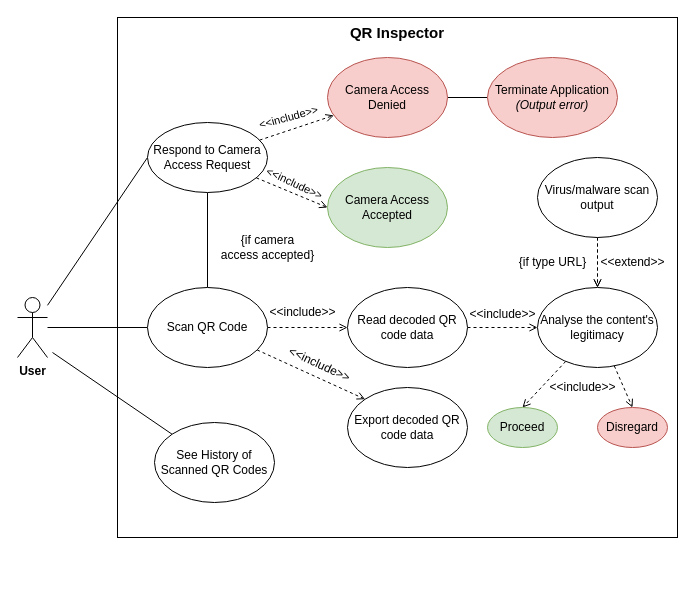
Before: diagrams/uml-usecase.drawio in jensenhill/jensenhill.github.io, a draw.io diagram. Source tidied: cells renumbered, new cells numbered last; positions are measured from the earlier drawing's top-left corner, leaving out a move shared by most shapes. Both pictures are drawn from the tidied source at 100%, with x=0, y=0 at pixel (17, 17).
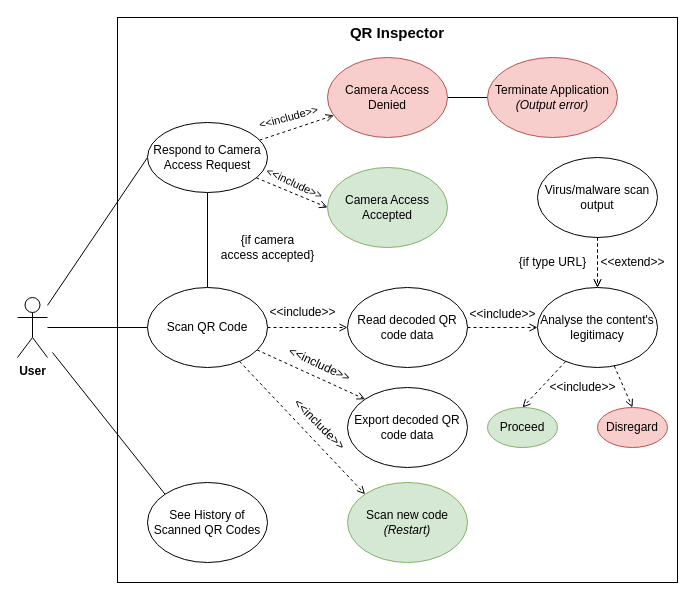
The same page after the edit.

The change refers to these unchanged cells:
```xml
<mxCell id="18" value="Scan QR Code" style="ellipse;whiteSpace=wrap;html=1;" parent="1" vertex="1">
  <mxGeometry x="130" y="270" width="120" height="80" as="geometry" />
</mxCell>
```

The edit, as a diff of the source:
```diff
@@
     <mxCell id="2" value="&lt;b style=&quot;font-size: 15px;&quot;&gt;QR Inspector&lt;br style=&quot;font-size: 15px;&quot;&gt;&lt;/b&gt;" style="rounded=0;whiteSpace=wrap;html=1;verticalAlign=top;fontSize=15;" parent="1" vertex="1">
-      <mxGeometry x="100" width="560" height="520" as="geometry" />
+      <mxGeometry x="100" width="560" height="565" as="geometry" />
     </mxCell>
@@
+    <mxCell id="39" style="rounded=0;jettySize=auto;html=1;entryX=0;entryY=0;entryDx=0;entryDy=0;dashed=1;endArrow=open;endFill=0;" parent="1" edge="1" source="18" target="40">
+      <mxGeometry relative="1" as="geometry" />
+    </mxCell>
@@
     <mxCell id="38" value="See History of Scanned QR Codes" style="ellipse;whiteSpace=wrap;html=1;" parent="1" vertex="1">
-      <mxGeometry x="137" y="405" width="120" height="80" as="geometry" />
+      <mxGeometry x="130" y="465" width="120" height="80" as="geometry" />
     </mxCell>
+    <mxCell id="40" value="Scan new code&lt;br&gt;&lt;i&gt;(Restart)&lt;/i&gt;" style="ellipse;whiteSpace=wrap;html=1;fillColor=#d5e8d4;strokeColor=#82b366;" parent="1" vertex="1">
+      <mxGeometry x="330" y="465" width="120" height="80" as="geometry" />
+    </mxCell>
+    <mxCell id="41" value="&amp;lt;&amp;lt;include&amp;gt;&amp;gt;" style="text;html=1;align=center;verticalAlign=middle;strokeColor=none;fillColor=none;rotation=45;" parent="1" vertex="1">
+      <mxGeometry x="257" y="392" width="90" height="30" as="geometry" />
+    </mxCell>
```
